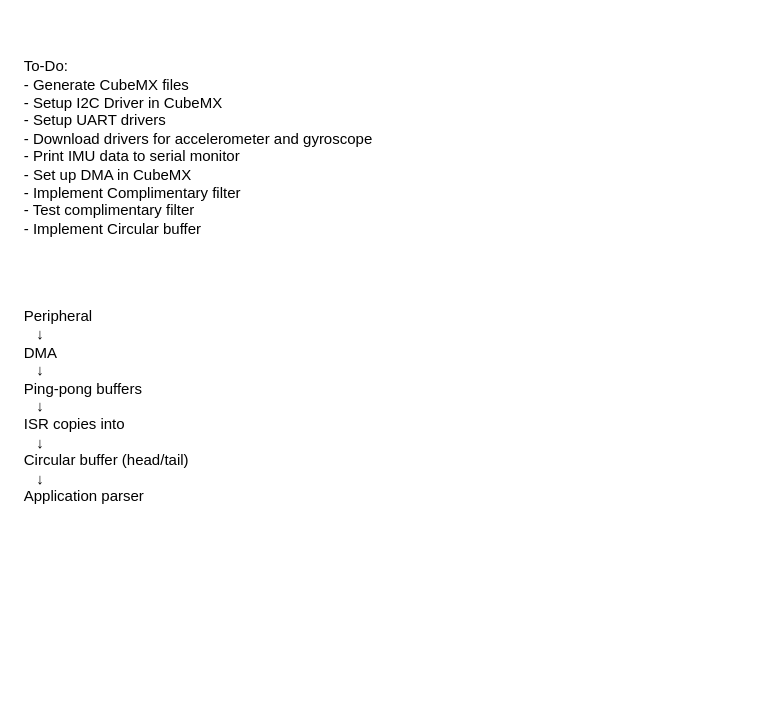
The draw.io diagram page "Page-1" (1 of 2) of docs/docs.drawio in evanwu03/imu_sensor_fusion, before the edit. Source tidied: cells renumbered, new cells numbered last; positions are measured from the earlier drawing's top-left corner, leaving out a move shared by most shapes. Both pictures are drawn from the tidied source at 125%, with x=0, y=0 at pixel (21, 46).
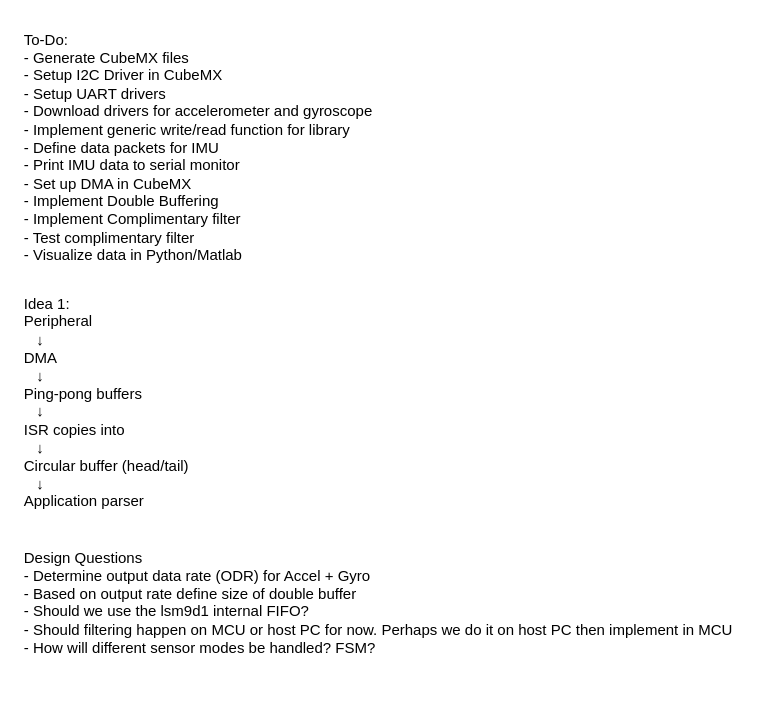
The same page after the edit.

What changed in the source:
```diff
@@
 <mxGraphModel>
   <root>
     <mxCell id="0" />
     <mxCell id="1" parent="0" />
-    <mxCell id="2" value="To-Do:&amp;nbsp;&lt;div&gt;- Generate CubeMX files&amp;nbsp;&lt;/div&gt;&lt;div&gt;- Setup I2C Driver in CubeMX&lt;/div&gt;&lt;div&gt;- Setup UART drivers&lt;/div&gt;&lt;div&gt;- Download drivers for accelerometer and gyroscope&lt;/div&gt;&lt;div&gt;&lt;span style=&quot;background-color: transparent; color: light-dark(rgb(0, 0, 0), rgb(255, 255, 255));&quot;&gt;- Print IMU data to serial monitor&amp;nbsp;&amp;nbsp;&lt;/span&gt;&lt;/div&gt;&lt;div&gt;&lt;span style=&quot;background-color: transparent; color: light-dark(rgb(0, 0, 0), rgb(255, 255, 255));&quot;&gt;- Set up DMA in CubeMX&amp;nbsp;&lt;/span&gt;&amp;nbsp;&lt;/div&gt;&lt;div&gt;- Implement Complimentary filter&amp;nbsp;&lt;/div&gt;&lt;div&gt;- Test complimentary filter&amp;nbsp;&lt;/div&gt;&lt;div&gt;- Implement Circular buffer&amp;nbsp;&lt;/div&gt;&lt;div&gt;&lt;br&gt;&lt;/div&gt;&lt;div&gt;&lt;br&gt;&lt;/div&gt;" style="text;html=1;align=left;verticalAlign=middle;strokeColor=none;fillColor=none;" parent="1" vertex="1">
-      <mxGeometry width="300" height="190" as="geometry" />
+    <mxCell id="2" value="To-Do:&amp;nbsp;&lt;div&gt;- Generate CubeMX files&amp;nbsp;&lt;/div&gt;&lt;div&gt;- Setup I2C Driver in CubeMX&lt;/div&gt;&lt;div&gt;- Setup UART drivers&lt;/div&gt;&lt;div&gt;- Download drivers for accelerometer and gyroscope&lt;/div&gt;&lt;div&gt;- Implement generic write/read function for library&lt;/div&gt;&lt;div&gt;- Define data packets for IMU&lt;/div&gt;&lt;div&gt;&lt;span style=&quot;background-color: transparent; color: light-dark(rgb(0, 0, 0), rgb(255, 255, 255));&quot;&gt;- Print IMU data to serial monito&lt;/span&gt;&lt;span style=&quot;background-color: transparent; color: light-dark(rgb(0, 0, 0), rgb(255, 255, 255));&quot;&gt;r&amp;nbsp;&amp;nbsp;&lt;/span&gt;&lt;/div&gt;&lt;div&gt;&lt;span style=&quot;background-color: transparent; color: light-dark(rgb(0, 0, 0), rgb(255, 255, 255));&quot;&gt;- Set up DMA in CubeMX&amp;nbsp;&lt;/span&gt;&amp;nbsp;&lt;/div&gt;&lt;div&gt;- Implement Double Buffering&lt;/div&gt;&lt;div&gt;- Implement Complimentary filter&amp;nbsp;&lt;/div&gt;&lt;div&gt;- Test complimentary filter&amp;nbsp;&lt;/div&gt;&lt;div&gt;- Visualize data in Python/Matlab&amp;nbsp;&lt;/div&gt;&lt;div&gt;&lt;br&gt;&lt;/div&gt;&lt;div&gt;&lt;br&gt;&lt;/div&gt;" style="text;html=1;align=left;verticalAlign=middle;strokeColor=none;fillColor=none;" parent="1" vertex="1">
+      <mxGeometry y="-20" width="300" height="230" as="geometry" />
     </mxCell>
-    <mxCell id="3" value="Peripheral&#10;   ↓&#10;DMA&#10;   ↓&#10;Ping-pong buffers&#10;   ↓&#10;ISR copies into&#10;   ↓&#10;Circular buffer (head/tail)&#10;   ↓&#10;Application parser" style="text;whiteSpace=wrap;" parent="1" vertex="1">
-      <mxGeometry y="202" width="170" height="180" as="geometry" />
+    <mxCell id="3" value="Idea 1: &#10;Peripheral&#10;   ↓&#10;DMA&#10;   ↓&#10;Ping-pong buffers&#10;   ↓&#10;ISR copies into&#10;   ↓&#10;Circular buffer (head/tail)&#10;   ↓&#10;Application parser" style="text;whiteSpace=wrap;" parent="1" vertex="1">
+      <mxGeometry y="192" width="170" height="180" as="geometry" />
     </mxCell>
+    <mxCell id="4" value="Design Questions&lt;div&gt;- Determine output data rate (ODR) for Accel + Gyro&lt;/div&gt;&lt;div&gt;- Based on output rate define size of double buffer&amp;nbsp;&lt;/div&gt;&lt;div&gt;- Should we use the lsm9d1 internal FIFO?&lt;/div&gt;&lt;div&gt;- Should filtering happen on MCU or host PC for now. Perhaps we do it on host PC then implement in MCU&lt;/div&gt;&lt;div&gt;- How will different sensor modes be handled? FSM?&lt;/div&gt;&lt;div&gt;&lt;br&gt;&lt;/div&gt;" style="text;html=1;align=left;verticalAlign=middle;strokeColor=none;fillColor=none;" parent="1" vertex="1">
+      <mxGeometry y="397" width="590" height="110" as="geometry" />
+    </mxCell>
   </root>
 </mxGraphModel>
```
